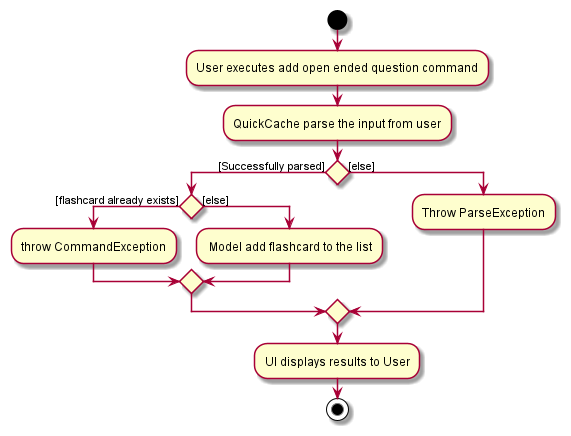
nus-cs2103-AY2021S1/tp keeps this PlantUML diagram as docs/images/AddOpenEndedActivityDiagram.png. Above is the earlier version. Source of this version:
```plantuml
@startuml
start
:User executes add open ended question command;
:QuickCache parse the input from user;

if() then ([Successfully parsed])
    if () then ([flashcard already exists])
        :throw CommandException;
    else ([else])
        : Model add flashcard to the list;
    endif
else ([else])
    :Throw ParseException;
endif

:UI displays results to User;
stop
@enduml
```
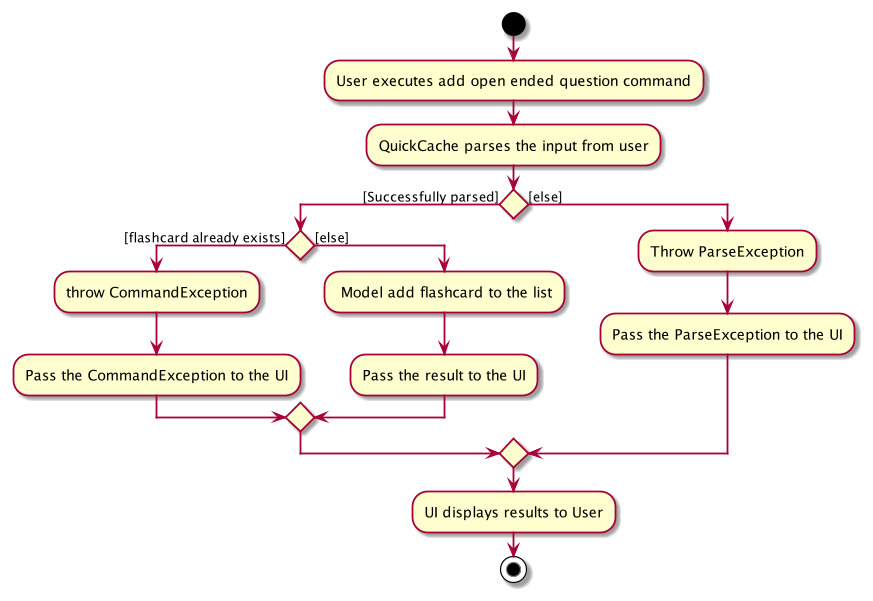
Above is the later version.

What changed in the source:
```diff
@@ -1,16 +1,19 @@
 @startuml
 start
 :User executes add open ended question command;
-:QuickCache parse the input from user;
+:QuickCache parses the input from user;
 
 if() then ([Successfully parsed])
     if () then ([flashcard already exists])
         :throw CommandException;
+        :Pass the CommandException to the UI;
     else ([else])
         : Model add flashcard to the list;
+        :Pass the result to the UI;
     endif
 else ([else])
     :Throw ParseException;
+    :Pass the ParseException to the UI;
 endif
 
 :UI displays results to User;
```
